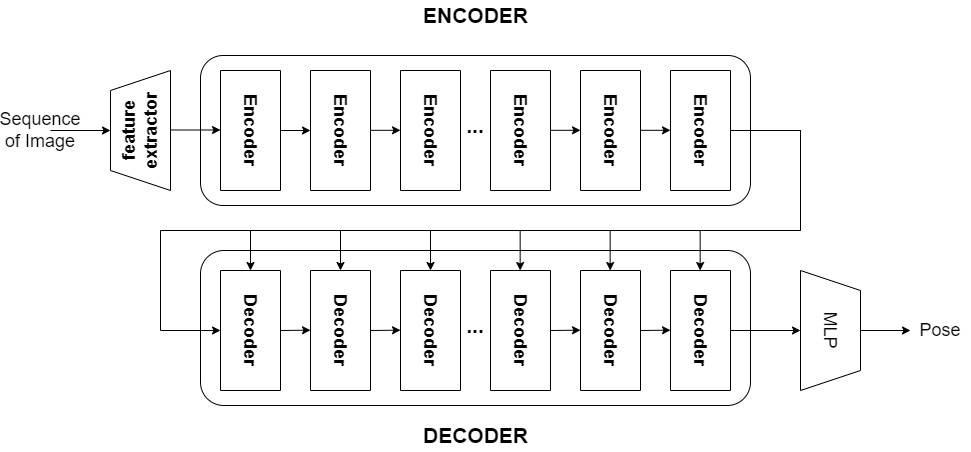
This is images/4_encoder_decoder.png from WenXiaowei/MasterDegreeThesis, a draw.io export, as it was before one commit. Source tidied: cells renumbered, new cells last; positions are measured from the earlier drawing's top-left corner, leaving out a move shared by most shapes. The source it was exported from:
```xml
<mxGraphModel>
  <root>
    <mxCell id="0" />
    <mxCell id="1" parent="0" />
    <mxCell id="2" style="rounded=1;whiteSpace=wrap;html=1;labelBackgroundColor=none;labelBorderColor=none;fontSize=18;" parent="1" vertex="1">
      <mxGeometry x="190" y="250" width="550" height="155" as="geometry" />
    </mxCell>
    <mxCell id="3" style="rounded=1;whiteSpace=wrap;html=1;labelBackgroundColor=none;labelBorderColor=none;fontSize=18;" parent="1" vertex="1">
      <mxGeometry x="190" y="55" width="550" height="150" as="geometry" />
    </mxCell>
    <mxCell id="4" value="Encoder" style="rounded=0;whiteSpace=wrap;html=1;rotation=90;fontSize=18;fontStyle=1;" parent="1" vertex="1">
      <mxGeometry x="180" y="100" width="120" height="60" as="geometry" />
    </mxCell>
    <mxCell id="5" style="endArrow=classic;html=1;rounded=0;exitX=0.5;exitY=0;exitDx=0;exitDy=0;" parent="1" edge="1" source="4">
      <mxGeometry relative="1" as="geometry">
        <mxPoint x="300" y="130" as="targetPoint" />
      </mxGeometry>
    </mxCell>
    <mxCell id="6" value="Encoder" style="rounded=0;whiteSpace=wrap;html=1;rotation=90;fontSize=18;fontStyle=1;" parent="1" vertex="1">
      <mxGeometry x="270" y="100" width="120" height="60" as="geometry" />
    </mxCell>
    <mxCell id="7" value="Encoder" style="rounded=0;whiteSpace=wrap;html=1;rotation=90;fontSize=18;fontStyle=1;" parent="1" vertex="1">
      <mxGeometry x="360" y="100" width="120" height="60" as="geometry" />
    </mxCell>
    <mxCell id="8" value="Encoder" style="rounded=0;whiteSpace=wrap;html=1;rotation=90;fontSize=18;fontStyle=1;" parent="1" vertex="1">
      <mxGeometry x="450" y="100" width="120" height="60" as="geometry" />
    </mxCell>
    <mxCell id="9" value="Encoder" style="rounded=0;whiteSpace=wrap;html=1;rotation=90;fontSize=18;fontStyle=1;" parent="1" vertex="1">
      <mxGeometry x="540" y="100" width="120" height="60" as="geometry" />
    </mxCell>
    <mxCell id="10" value="Encoder" style="rounded=0;whiteSpace=wrap;html=1;rotation=90;fontSize=18;fontStyle=1;" parent="1" vertex="1">
      <mxGeometry x="630" y="100" width="120" height="60" as="geometry" />
    </mxCell>
    <mxCell id="11" style="endArrow=classic;html=1;rounded=0;exitX=0.5;exitY=0;exitDx=0;exitDy=0;entryX=0.5;entryY=1;entryDx=0;entryDy=0;" parent="1" edge="1" source="10" target="21">
      <mxGeometry relative="1" as="geometry">
        <Array as="points">
          <mxPoint x="790" y="130" />
          <mxPoint x="790" y="230" />
          <mxPoint x="150" y="230" />
          <mxPoint x="150" y="330" />
        </Array>
      </mxGeometry>
    </mxCell>
    <mxCell id="12" style="endArrow=classic;html=1;rounded=0;exitX=0.5;exitY=0;exitDx=0;exitDy=0;" parent="1" edge="1">
      <mxGeometry relative="1" as="geometry">
        <mxPoint x="160" y="129.5" as="sourcePoint" />
        <mxPoint x="210" y="129.5" as="targetPoint" />
      </mxGeometry>
    </mxCell>
    <mxCell id="13" value="feature extractor" style="shape=trapezoid;perimeter=trapezoidPerimeter;whiteSpace=wrap;html=1;fixedSize=1;labelBackgroundColor=none;labelBorderColor=none;fontSize=18;rotation=-90;fontStyle=1;" parent="1" vertex="1">
      <mxGeometry x="70" y="100" width="120" height="60" as="geometry" />
    </mxCell>
    <mxCell id="14" style="endArrow=classic;html=1;rounded=0;fontSize=18;entryX=0.5;entryY=0;entryDx=0;entryDy=0;" parent="1" edge="1" target="13">
      <mxGeometry relative="1" as="geometry">
        <mxPoint x="40" y="130" as="sourcePoint" />
      </mxGeometry>
    </mxCell>
    <mxCell id="15" value="Sequence of Image" style="text;html=1;strokeColor=none;fillColor=none;align=center;verticalAlign=middle;whiteSpace=wrap;rounded=0;labelBackgroundColor=none;labelBorderColor=none;fontSize=18;" parent="1" vertex="1">
      <mxGeometry y="115" width="60" height="30" as="geometry" />
    </mxCell>
    <mxCell id="16" style="endArrow=classic;html=1;rounded=0;exitX=0.5;exitY=0;exitDx=0;exitDy=0;" parent="1" edge="1">
      <mxGeometry relative="1" as="geometry">
        <mxPoint x="360" y="129.8" as="sourcePoint" />
        <mxPoint x="390" y="129.8" as="targetPoint" />
      </mxGeometry>
    </mxCell>
    <mxCell id="17" style="endArrow=classic;html=1;rounded=0;exitX=0.5;exitY=0;exitDx=0;exitDy=0;" parent="1" edge="1">
      <mxGeometry relative="1" as="geometry">
        <mxPoint x="540" y="129.8" as="sourcePoint" />
        <mxPoint x="570" y="129.8" as="targetPoint" />
      </mxGeometry>
    </mxCell>
    <mxCell id="18" style="endArrow=classic;html=1;rounded=0;exitX=0.5;exitY=0;exitDx=0;exitDy=0;" parent="1" edge="1">
      <mxGeometry relative="1" as="geometry">
        <mxPoint x="630" y="129.8" as="sourcePoint" />
        <mxPoint x="660" y="129.8" as="targetPoint" />
      </mxGeometry>
    </mxCell>
    <mxCell id="19" value="ENCODER" style="text;html=1;strokeColor=none;fillColor=none;align=center;verticalAlign=middle;whiteSpace=wrap;rounded=0;labelBackgroundColor=none;labelBorderColor=none;fontSize=21;fontStyle=1;" parent="1" vertex="1">
      <mxGeometry x="337.5" width="255" height="30" as="geometry" />
    </mxCell>
    <mxCell id="20" value="..." style="text;html=1;strokeColor=none;fillColor=none;align=center;verticalAlign=middle;whiteSpace=wrap;rounded=0;labelBackgroundColor=none;labelBorderColor=none;fontSize=21;fontStyle=1;" parent="1" vertex="1">
      <mxGeometry x="435" y="110" width="60" height="30" as="geometry" />
    </mxCell>
    <mxCell id="21" value="Decoder" style="rounded=0;whiteSpace=wrap;html=1;rotation=90;fontSize=18;fontStyle=1;" parent="1" vertex="1">
      <mxGeometry x="180" y="300" width="120" height="60" as="geometry" />
    </mxCell>
    <mxCell id="22" style="endArrow=classic;html=1;rounded=0;exitX=0.5;exitY=0;exitDx=0;exitDy=0;" parent="1" edge="1" source="21">
      <mxGeometry relative="1" as="geometry">
        <mxPoint x="300" y="329.7" as="targetPoint" />
      </mxGeometry>
    </mxCell>
    <mxCell id="23" value="Decoder" style="rounded=0;whiteSpace=wrap;html=1;rotation=90;fontSize=18;fontStyle=1;" parent="1" vertex="1">
      <mxGeometry x="270" y="300" width="120" height="60" as="geometry" />
    </mxCell>
    <mxCell id="24" style="endArrow=classic;html=1;rounded=0;exitX=0.5;exitY=0;exitDx=0;exitDy=0;" parent="1" edge="1" source="23">
      <mxGeometry relative="1" as="geometry">
        <mxPoint x="390" y="329.7" as="targetPoint" />
      </mxGeometry>
    </mxCell>
    <mxCell id="25" value="Decoder" style="rounded=0;whiteSpace=wrap;html=1;rotation=90;fontSize=18;fontStyle=1;" parent="1" vertex="1">
      <mxGeometry x="360" y="300" width="120" height="60" as="geometry" />
    </mxCell>
    <mxCell id="26" value="Decoder" style="rounded=0;whiteSpace=wrap;html=1;rotation=90;fontSize=18;fontStyle=1;" parent="1" vertex="1">
      <mxGeometry x="450" y="300" width="120" height="60" as="geometry" />
    </mxCell>
    <mxCell id="27" style="endArrow=classic;html=1;rounded=0;exitX=0.5;exitY=0;exitDx=0;exitDy=0;" parent="1" edge="1" source="26">
      <mxGeometry relative="1" as="geometry">
        <mxPoint x="570" y="329.7" as="targetPoint" />
      </mxGeometry>
    </mxCell>
    <mxCell id="28" value="Decoder" style="rounded=0;whiteSpace=wrap;html=1;rotation=90;fontSize=18;fontStyle=1;" parent="1" vertex="1">
      <mxGeometry x="540" y="300" width="120" height="60" as="geometry" />
    </mxCell>
    <mxCell id="29" style="endArrow=classic;html=1;rounded=0;exitX=0.5;exitY=0;exitDx=0;exitDy=0;" parent="1" edge="1" source="28">
      <mxGeometry relative="1" as="geometry">
        <mxPoint x="660" y="329.7" as="targetPoint" />
      </mxGeometry>
    </mxCell>
    <mxCell id="30" value="Decoder" style="rounded=0;whiteSpace=wrap;html=1;rotation=90;fontSize=18;fontStyle=1;" parent="1" vertex="1">
      <mxGeometry x="630" y="300" width="120" height="60" as="geometry" />
    </mxCell>
    <mxCell id="31" style="endArrow=classic;html=1;rounded=0;exitX=0.5;exitY=0;exitDx=0;exitDy=0;" parent="1" edge="1" source="30">
      <mxGeometry relative="1" as="geometry">
        <mxPoint x="790" y="330" as="targetPoint" />
      </mxGeometry>
    </mxCell>
    <mxCell id="32" value="..." style="text;html=1;strokeColor=none;fillColor=none;align=center;verticalAlign=middle;whiteSpace=wrap;rounded=0;labelBackgroundColor=none;labelBorderColor=none;fontSize=21;fontStyle=1;" parent="1" vertex="1">
      <mxGeometry x="435" y="310" width="60" height="30" as="geometry" />
    </mxCell>
    <mxCell id="33" style="endArrow=classic;html=1;rounded=0;fontSize=21;entryX=0;entryY=0.5;entryDx=0;entryDy=0;" parent="1" edge="1" target="21">
      <mxGeometry relative="1" as="geometry">
        <mxPoint x="720" y="130" as="sourcePoint" />
        <Array as="points">
          <mxPoint x="790" y="130" />
          <mxPoint x="790" y="230" />
          <mxPoint x="240" y="230" />
        </Array>
      </mxGeometry>
    </mxCell>
    <mxCell id="34" style="endArrow=classic;html=1;rounded=0;fontSize=21;entryX=0;entryY=0.5;entryDx=0;entryDy=0;" parent="1" edge="1" target="23">
      <mxGeometry relative="1" as="geometry">
        <mxPoint x="330" y="230" as="sourcePoint" />
      </mxGeometry>
    </mxCell>
    <mxCell id="35" style="endArrow=classic;html=1;rounded=0;fontSize=21;entryX=0;entryY=0.5;entryDx=0;entryDy=0;" parent="1" edge="1">
      <mxGeometry relative="1" as="geometry">
        <mxPoint x="420" y="230" as="sourcePoint" />
        <mxPoint x="420" y="270" as="targetPoint" />
      </mxGeometry>
    </mxCell>
    <mxCell id="36" style="endArrow=classic;html=1;rounded=0;fontSize=21;entryX=0;entryY=0.5;entryDx=0;entryDy=0;" parent="1" edge="1">
      <mxGeometry relative="1" as="geometry">
        <mxPoint x="509.7" y="230" as="sourcePoint" />
        <mxPoint x="509.7" y="270" as="targetPoint" />
      </mxGeometry>
    </mxCell>
    <mxCell id="37" style="endArrow=classic;html=1;rounded=0;fontSize=21;entryX=0;entryY=0.5;entryDx=0;entryDy=0;" parent="1" edge="1">
      <mxGeometry relative="1" as="geometry">
        <mxPoint x="599.7" y="230" as="sourcePoint" />
        <mxPoint x="599.7" y="270" as="targetPoint" />
      </mxGeometry>
    </mxCell>
    <mxCell id="38" style="endArrow=classic;html=1;rounded=0;fontSize=21;entryX=0;entryY=0.5;entryDx=0;entryDy=0;" parent="1" edge="1">
      <mxGeometry relative="1" as="geometry">
        <mxPoint x="689.7" y="230" as="sourcePoint" />
        <mxPoint x="689.7" y="270" as="targetPoint" />
      </mxGeometry>
    </mxCell>
    <mxCell id="39" value="MLP" style="shape=trapezoid;perimeter=trapezoidPerimeter;whiteSpace=wrap;html=1;fixedSize=1;labelBackgroundColor=none;labelBorderColor=none;fontSize=18;rotation=90;" parent="1" vertex="1">
      <mxGeometry x="760" y="300" width="120" height="60" as="geometry" />
    </mxCell>
    <mxCell id="40" style="endArrow=classic;html=1;rounded=0;fontSize=18;exitX=0.5;exitY=0;exitDx=0;exitDy=0;" parent="1" edge="1" source="39">
      <mxGeometry relative="1" as="geometry">
        <mxPoint x="900" y="330" as="targetPoint" />
      </mxGeometry>
    </mxCell>
    <mxCell id="41" value="Pose" style="text;html=1;strokeColor=none;fillColor=none;align=center;verticalAlign=middle;whiteSpace=wrap;rounded=0;labelBackgroundColor=none;labelBorderColor=none;fontSize=18;" parent="1" vertex="1">
      <mxGeometry x="900" y="315" width="60" height="30" as="geometry" />
    </mxCell>
    <mxCell id="42" value="DECODER" style="text;html=1;strokeColor=none;fillColor=none;align=center;verticalAlign=middle;whiteSpace=wrap;rounded=0;labelBackgroundColor=none;labelBorderColor=none;fontSize=21;fontStyle=1;" parent="1" vertex="1">
      <mxGeometry x="337.5" y="420" width="255" height="30" as="geometry" />
    </mxCell>
  </root>
</mxGraphModel>
```
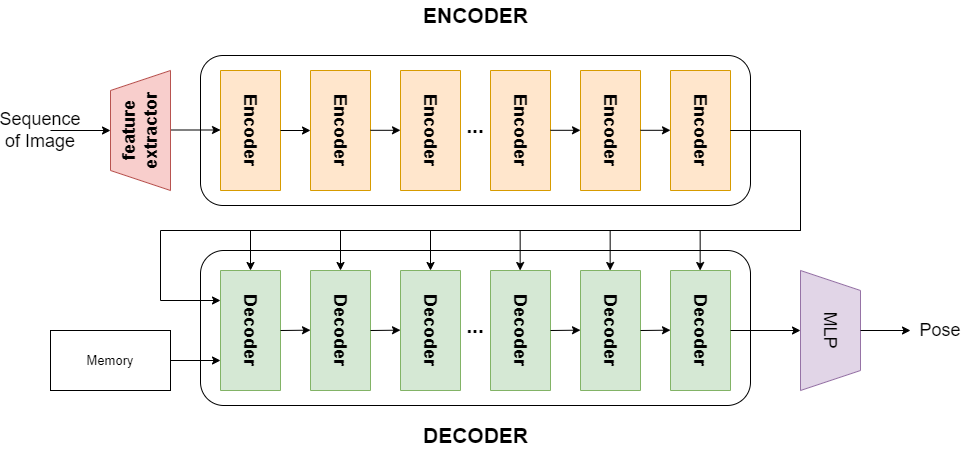
After the commit.

Change to the diagram source:
```diff
@@ -8,7 +8,7 @@
     <mxCell id="3" style="rounded=1;whiteSpace=wrap;html=1;labelBackgroundColor=none;labelBorderColor=none;fontSize=18;" parent="1" vertex="1">
       <mxGeometry x="190" y="55" width="550" height="150" as="geometry" />
     </mxCell>
-    <mxCell id="4" value="Encoder" style="rounded=0;whiteSpace=wrap;html=1;rotation=90;fontSize=18;fontStyle=1;" parent="1" vertex="1">
+    <mxCell id="4" value="Encoder" style="rounded=0;whiteSpace=wrap;html=1;rotation=90;fontSize=18;fontStyle=1;fillColor=#ffe6cc;strokeColor=#d79b00;" parent="1" vertex="1">
       <mxGeometry x="180" y="100" width="120" height="60" as="geometry" />
     </mxCell>
     <mxCell id="5" style="endArrow=classic;html=1;rounded=0;exitX=0.5;exitY=0;exitDx=0;exitDy=0;" parent="1" edge="1" source="4">
@@ -16,28 +16,28 @@
         <mxPoint x="300" y="130" as="targetPoint" />
       </mxGeometry>
     </mxCell>
-    <mxCell id="6" value="Encoder" style="rounded=0;whiteSpace=wrap;html=1;rotation=90;fontSize=18;fontStyle=1;" parent="1" vertex="1">
+    <mxCell id="6" value="Encoder" style="rounded=0;whiteSpace=wrap;html=1;rotation=90;fontSize=18;fontStyle=1;fillColor=#ffe6cc;strokeColor=#d79b00;" parent="1" vertex="1">
       <mxGeometry x="270" y="100" width="120" height="60" as="geometry" />
     </mxCell>
-    <mxCell id="7" value="Encoder" style="rounded=0;whiteSpace=wrap;html=1;rotation=90;fontSize=18;fontStyle=1;" parent="1" vertex="1">
+    <mxCell id="7" value="Encoder" style="rounded=0;whiteSpace=wrap;html=1;rotation=90;fontSize=18;fontStyle=1;fillColor=#ffe6cc;strokeColor=#d79b00;" parent="1" vertex="1">
       <mxGeometry x="360" y="100" width="120" height="60" as="geometry" />
     </mxCell>
-    <mxCell id="8" value="Encoder" style="rounded=0;whiteSpace=wrap;html=1;rotation=90;fontSize=18;fontStyle=1;" parent="1" vertex="1">
+    <mxCell id="8" value="Encoder" style="rounded=0;whiteSpace=wrap;html=1;rotation=90;fontSize=18;fontStyle=1;fillColor=#ffe6cc;strokeColor=#d79b00;" parent="1" vertex="1">
       <mxGeometry x="450" y="100" width="120" height="60" as="geometry" />
     </mxCell>
-    <mxCell id="9" value="Encoder" style="rounded=0;whiteSpace=wrap;html=1;rotation=90;fontSize=18;fontStyle=1;" parent="1" vertex="1">
+    <mxCell id="9" value="Encoder" style="rounded=0;whiteSpace=wrap;html=1;rotation=90;fontSize=18;fontStyle=1;fillColor=#ffe6cc;strokeColor=#d79b00;" parent="1" vertex="1">
       <mxGeometry x="540" y="100" width="120" height="60" as="geometry" />
     </mxCell>
-    <mxCell id="10" value="Encoder" style="rounded=0;whiteSpace=wrap;html=1;rotation=90;fontSize=18;fontStyle=1;" parent="1" vertex="1">
+    <mxCell id="10" value="Encoder" style="rounded=0;whiteSpace=wrap;html=1;rotation=90;fontSize=18;fontStyle=1;fillColor=#ffe6cc;strokeColor=#d79b00;" parent="1" vertex="1">
       <mxGeometry x="630" y="100" width="120" height="60" as="geometry" />
     </mxCell>
-    <mxCell id="11" style="endArrow=classic;html=1;rounded=0;exitX=0.5;exitY=0;exitDx=0;exitDy=0;entryX=0.5;entryY=1;entryDx=0;entryDy=0;" parent="1" edge="1" source="10" target="21">
+    <mxCell id="11" style="endArrow=classic;html=1;rounded=0;exitX=0.5;exitY=0;exitDx=0;exitDy=0;entryX=0.25;entryY=1;entryDx=0;entryDy=0;" parent="1" edge="1" source="10" target="21">
       <mxGeometry relative="1" as="geometry">
         <Array as="points">
           <mxPoint x="790" y="130" />
           <mxPoint x="790" y="230" />
           <mxPoint x="150" y="230" />
-          <mxPoint x="150" y="330" />
+          <mxPoint x="150" y="300" />
         </Array>
       </mxGeometry>
     </mxCell>
@@ -47,7 +47,7 @@
         <mxPoint x="210" y="129.5" as="targetPoint" />
       </mxGeometry>
     </mxCell>
-    <mxCell id="13" value="feature extractor" style="shape=trapezoid;perimeter=trapezoidPerimeter;whiteSpace=wrap;html=1;fixedSize=1;labelBackgroundColor=none;labelBorderColor=none;fontSize=18;rotation=-90;fontStyle=1;" parent="1" vertex="1">
+    <mxCell id="13" value="feature extractor" style="shape=trapezoid;perimeter=trapezoidPerimeter;whiteSpace=wrap;html=1;fixedSize=1;labelBackgroundColor=none;labelBorderColor=none;fontSize=18;rotation=-90;fontStyle=1;fillColor=#f8cecc;strokeColor=#b85450;" parent="1" vertex="1">
       <mxGeometry x="70" y="100" width="120" height="60" as="geometry" />
     </mxCell>
     <mxCell id="14" style="endArrow=classic;html=1;rounded=0;fontSize=18;entryX=0.5;entryY=0;entryDx=0;entryDy=0;" parent="1" edge="1" target="13">
@@ -82,7 +82,7 @@
     <mxCell id="20" value="..." style="text;html=1;strokeColor=none;fillColor=none;align=center;verticalAlign=middle;whiteSpace=wrap;rounded=0;labelBackgroundColor=none;labelBorderColor=none;fontSize=21;fontStyle=1;" parent="1" vertex="1">
       <mxGeometry x="435" y="110" width="60" height="30" as="geometry" />
     </mxCell>
-    <mxCell id="21" value="Decoder" style="rounded=0;whiteSpace=wrap;html=1;rotation=90;fontSize=18;fontStyle=1;" parent="1" vertex="1">
+    <mxCell id="21" value="Decoder" style="rounded=0;whiteSpace=wrap;html=1;rotation=90;fontSize=18;fontStyle=1;fillColor=#d5e8d4;strokeColor=#82b366;" parent="1" vertex="1">
       <mxGeometry x="180" y="300" width="120" height="60" as="geometry" />
     </mxCell>
     <mxCell id="22" style="endArrow=classic;html=1;rounded=0;exitX=0.5;exitY=0;exitDx=0;exitDy=0;" parent="1" edge="1" source="21">
@@ -90,7 +90,7 @@
         <mxPoint x="300" y="329.7" as="targetPoint" />
       </mxGeometry>
     </mxCell>
-    <mxCell id="23" value="Decoder" style="rounded=0;whiteSpace=wrap;html=1;rotation=90;fontSize=18;fontStyle=1;" parent="1" vertex="1">
+    <mxCell id="23" value="Decoder" style="rounded=0;whiteSpace=wrap;html=1;rotation=90;fontSize=18;fontStyle=1;fillColor=#d5e8d4;strokeColor=#82b366;" parent="1" vertex="1">
       <mxGeometry x="270" y="300" width="120" height="60" as="geometry" />
     </mxCell>
     <mxCell id="24" style="endArrow=classic;html=1;rounded=0;exitX=0.5;exitY=0;exitDx=0;exitDy=0;" parent="1" edge="1" source="23">
@@ -98,10 +98,10 @@
         <mxPoint x="390" y="329.7" as="targetPoint" />
       </mxGeometry>
     </mxCell>
-    <mxCell id="25" value="Decoder" style="rounded=0;whiteSpace=wrap;html=1;rotation=90;fontSize=18;fontStyle=1;" parent="1" vertex="1">
+    <mxCell id="25" value="Decoder" style="rounded=0;whiteSpace=wrap;html=1;rotation=90;fontSize=18;fontStyle=1;fillColor=#d5e8d4;strokeColor=#82b366;" parent="1" vertex="1">
       <mxGeometry x="360" y="300" width="120" height="60" as="geometry" />
     </mxCell>
-    <mxCell id="26" value="Decoder" style="rounded=0;whiteSpace=wrap;html=1;rotation=90;fontSize=18;fontStyle=1;" parent="1" vertex="1">
+    <mxCell id="26" value="Decoder" style="rounded=0;whiteSpace=wrap;html=1;rotation=90;fontSize=18;fontStyle=1;fillColor=#d5e8d4;strokeColor=#82b366;" parent="1" vertex="1">
       <mxGeometry x="450" y="300" width="120" height="60" as="geometry" />
     </mxCell>
     <mxCell id="27" style="endArrow=classic;html=1;rounded=0;exitX=0.5;exitY=0;exitDx=0;exitDy=0;" parent="1" edge="1" source="26">
@@ -109,7 +109,7 @@
         <mxPoint x="570" y="329.7" as="targetPoint" />
       </mxGeometry>
     </mxCell>
-    <mxCell id="28" value="Decoder" style="rounded=0;whiteSpace=wrap;html=1;rotation=90;fontSize=18;fontStyle=1;" parent="1" vertex="1">
+    <mxCell id="28" value="Decoder" style="rounded=0;whiteSpace=wrap;html=1;rotation=90;fontSize=18;fontStyle=1;fillColor=#d5e8d4;strokeColor=#82b366;" parent="1" vertex="1">
       <mxGeometry x="540" y="300" width="120" height="60" as="geometry" />
     </mxCell>
     <mxCell id="29" style="endArrow=classic;html=1;rounded=0;exitX=0.5;exitY=0;exitDx=0;exitDy=0;" parent="1" edge="1" source="28">
@@ -117,7 +117,7 @@
         <mxPoint x="660" y="329.7" as="targetPoint" />
       </mxGeometry>
     </mxCell>
-    <mxCell id="30" value="Decoder" style="rounded=0;whiteSpace=wrap;html=1;rotation=90;fontSize=18;fontStyle=1;" parent="1" vertex="1">
+    <mxCell id="30" value="Decoder" style="rounded=0;whiteSpace=wrap;html=1;rotation=90;fontSize=18;fontStyle=1;fillColor=#d5e8d4;strokeColor=#82b366;" parent="1" vertex="1">
       <mxGeometry x="630" y="300" width="120" height="60" as="geometry" />
     </mxCell>
     <mxCell id="31" style="endArrow=classic;html=1;rounded=0;exitX=0.5;exitY=0;exitDx=0;exitDy=0;" parent="1" edge="1" source="30">
@@ -167,7 +167,7 @@
         <mxPoint x="689.7" y="270" as="targetPoint" />
       </mxGeometry>
     </mxCell>
-    <mxCell id="39" value="MLP" style="shape=trapezoid;perimeter=trapezoidPerimeter;whiteSpace=wrap;html=1;fixedSize=1;labelBackgroundColor=none;labelBorderColor=none;fontSize=18;rotation=90;" parent="1" vertex="1">
+    <mxCell id="39" value="MLP" style="shape=trapezoid;perimeter=trapezoidPerimeter;whiteSpace=wrap;html=1;fixedSize=1;labelBackgroundColor=none;labelBorderColor=none;fontSize=18;rotation=90;fillColor=#e1d5e7;strokeColor=#9673a6;" parent="1" vertex="1">
       <mxGeometry x="760" y="300" width="120" height="60" as="geometry" />
     </mxCell>
     <mxCell id="40" style="endArrow=classic;html=1;rounded=0;fontSize=18;exitX=0.5;exitY=0;exitDx=0;exitDy=0;" parent="1" edge="1" source="39">
@@ -181,5 +181,13 @@
     <mxCell id="42" value="DECODER" style="text;html=1;strokeColor=none;fillColor=none;align=center;verticalAlign=middle;whiteSpace=wrap;rounded=0;labelBackgroundColor=none;labelBorderColor=none;fontSize=21;fontStyle=1;" parent="1" vertex="1">
       <mxGeometry x="337.5" y="420" width="255" height="30" as="geometry" />
     </mxCell>
+    <mxCell id="43" style="endArrow=classic;html=1;rounded=0;fontSize=13;entryX=0.75;entryY=1;entryDx=0;entryDy=0;exitX=1;exitY=0.5;exitDx=0;exitDy=0;" parent="1" edge="1" source="44">
+      <mxGeometry relative="1" as="geometry">
+        <mxPoint x="210" y="360" as="targetPoint" />
+      </mxGeometry>
+    </mxCell>
+    <mxCell id="44" value="Memory" style="rounded=0;whiteSpace=wrap;html=1;fontSize=13;" parent="1" vertex="1">
+      <mxGeometry x="40" y="330" width="120" height="60" as="geometry" />
+    </mxCell>
   </root>
 </mxGraphModel>
```
